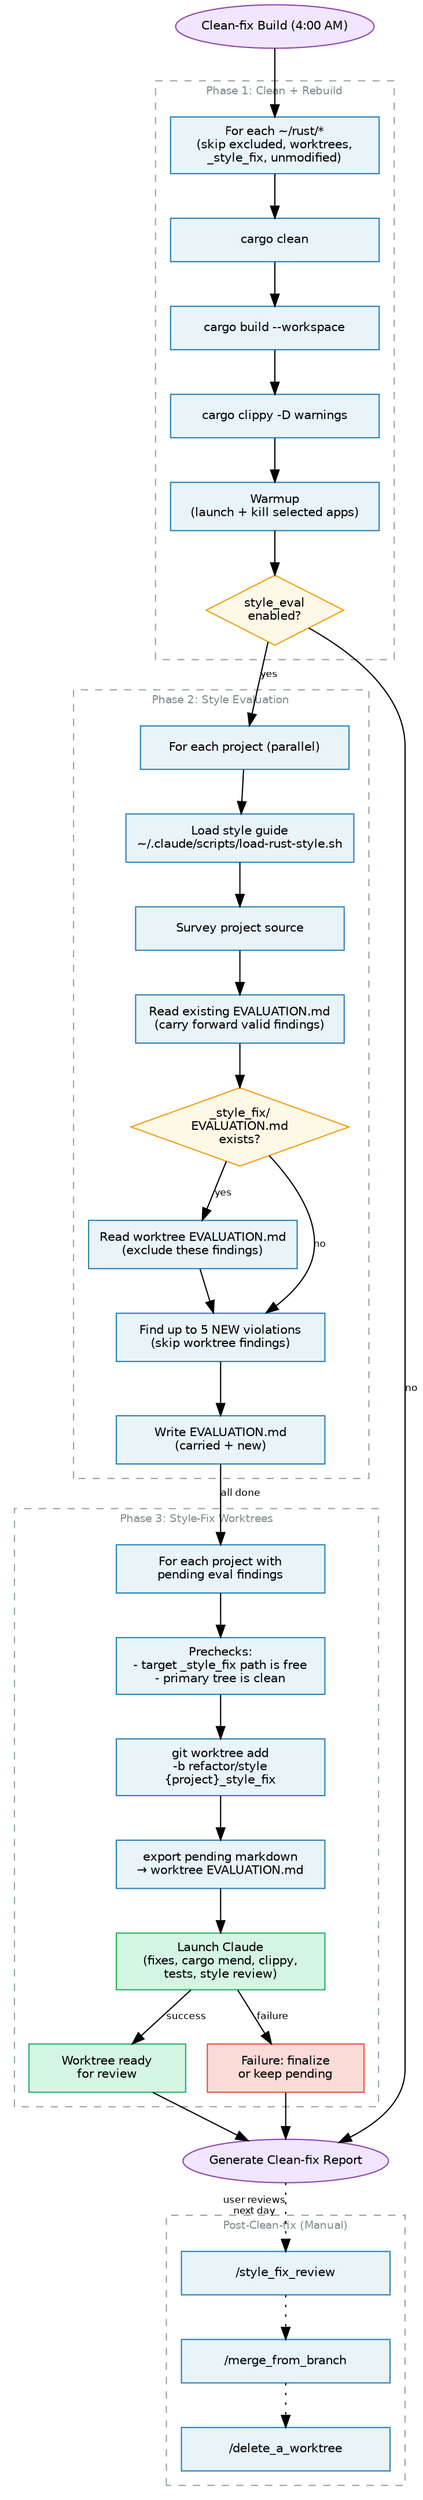
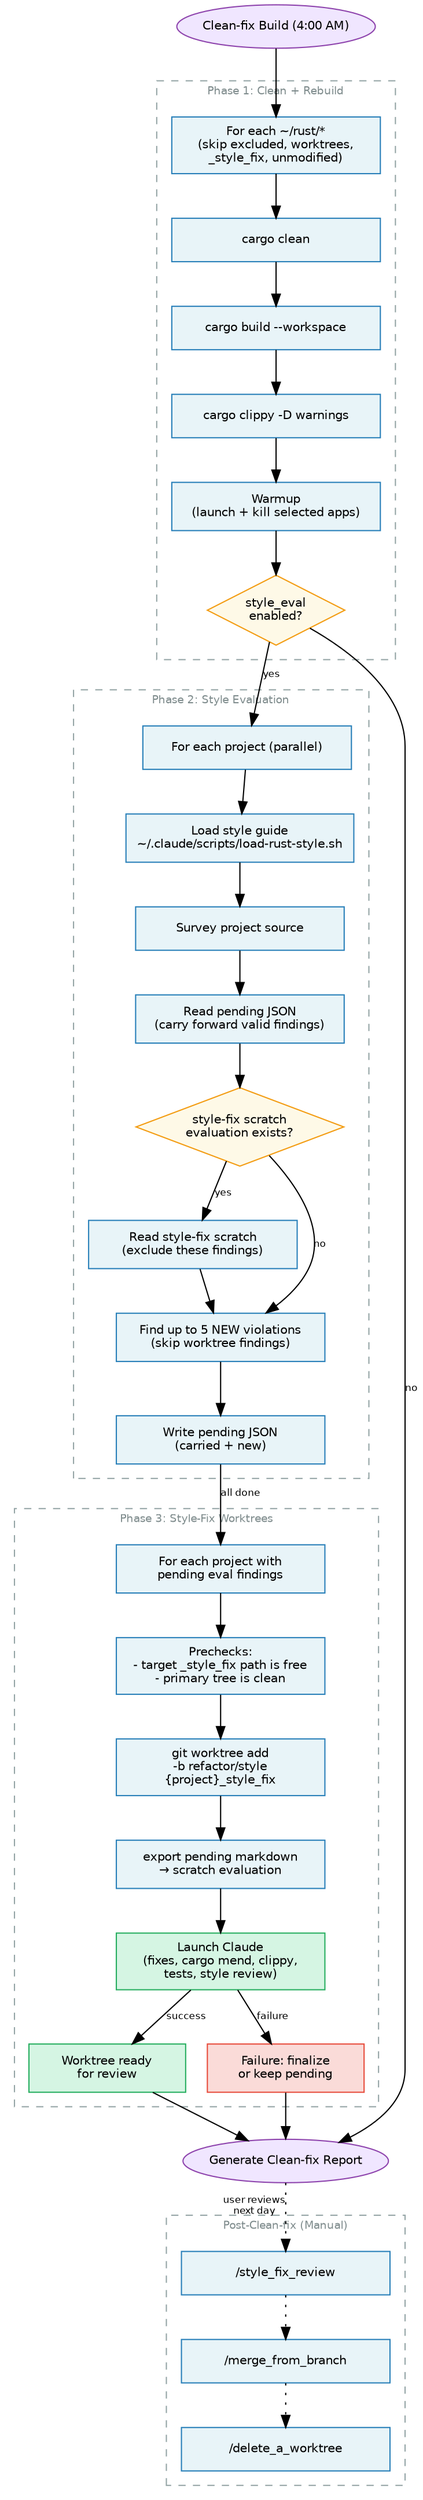
digraph clean_fix_style {
    // ┌─────────────────────────────────────────────────────────────────┐
    // │ LAYOUT GUIDE                                                    │
    // │                                                                 │
    // │ Render:  python3 render-flow.py                                 │
    // │          (runs neato -n2, then injects cluster borders + viewBox)│
    // │                                                                 │
    // │ Cluster membership is parsed from this file automatically —     │
    // │ just add/remove nodes inside the subgraph cluster_* blocks.     │
    // │ The render script reads cluster labels/colors from here too.    │
    // │                                                                 │
    // │ Positions use Graphviz points (1 inch = 72pt).                  │
    // │ Node width=2.4 → 172.8pt. Y spacing between rows: ~55-65pt.    │
    // │                                                                 │
    // │ Column layout (border-to-border gaps, not center gaps):         │
    // │   1. Find widest node per phase (width * 72)                    │
    // │   2. cluster_width = max_content_width + 2 * pad (pad ≈ 25pt)  │
    // │   3. Gap between clusters ≈ 30pt                                │
    // │   4. Phase centers = midpoint of each cluster x-range           │
    // │                                                                 │
    // │ To add a node: add it inside the right subgraph block with a    │
    // │   pos="<center_x>,<y>!" attribute, add edges, re-render.        │
    // │ To remove: delete the node + its edges, re-render.              │
    // │ To add a phase: add a new subgraph cluster_* block, compute     │
    // │   its x-range, shift subsequent phases right, re-render.        │
    // └─────────────────────────────────────────────────────────────────┘
    fontname="Helvetica"
    node [fontname="Helvetica" fontsize=10 style=filled shape=box margin="0.12,0.06" width=2.4 height=0.5]
    edge [fontname="Helvetica" fontsize=8]
    overlap=false
    splines=true

    node [fillcolor="#e8f4f8" color="#2980b9"]

    start [label="Clean-fix Build (4:00 AM)" shape=oval fillcolor="#f0e6ff" color="#8e44ad" width=2.2 pos="141.4,890!"]

    // Cluster-first layout in points:
    // Phase 1 range = [30.0, 252.8], center = 141.4
    // Phase 2 range = [282.8, 505.6], center = 394.2
    // Phase 3 range = [535.6, 864.8], center = 700.2
    // Inter-cluster gap = 30.0

    // ══════ Phase 1: Clean + Rebuild (x center = 141.4) ══════
    subgraph cluster_build {
        label="Phase 1: Clean + Rebuild"
        style=dashed color="#95a5a6" fontcolor="#7f8c8d" fontsize=9
        margin=12

        foreach_project [label="For each ~/rust/*\n(skip excluded, worktrees,\n_style_fix, unmodified)" height=0.65 pos="141.4,790!"]
        clean [label="cargo clean" pos="141.4,720!"]
        build [label="cargo build --workspace" pos="141.4,660!"]
        clippy_build [label="cargo clippy -D warnings" pos="141.4,600!"]
        warmup [label="Warmup\n(launch + kill selected apps)" height=0.55 pos="141.4,535!"]
        style_enabled [label="style_eval\nenabled?" shape=diamond fillcolor="#fef9e7" color="#f39c12" width=1.4 height=0.8 pos="141.4,455!"]
    }

    // ══════ Phase 2: Style Evaluation (x center = 394.2) ══════
    subgraph cluster_eval {
        label="Phase 2: Style Evaluation"
        style=dashed color="#95a5a6" fontcolor="#7f8c8d" fontsize=9
        margin=12

        eval_foreach [label="For each project (parallel)" pos="394.2,790!"]
        load_style [label="Load style guide\n~/.claude/scripts/load-rust-style.sh" height=0.55 pos="394.2,725!"]
        survey [label="Survey project source" pos="394.2,665!"]
-         carry_forward [label="Read existing EVALUATION.md\n(carry forward valid findings)" height=0.55 pos="394.2,600!"]
-         check_wt_eval [label="_style_fix/\nEVALUATION.md\nexists?" shape=diamond fillcolor="#fef9e7" color="#f39c12" width=1.5 height=0.9 pos="394.2,520!"]
-         load_wt_eval [label="Read worktree EVALUATION.md\n(exclude these findings)" height=0.55 pos="394.2,440!"]
+         carry_forward [label="Read pending JSON\n(carry forward valid findings)" height=0.55 pos="394.2,600!"]
+         check_wt_eval [label="style-fix scratch\nevaluation exists?" shape=diamond fillcolor="#fef9e7" color="#f39c12" width=1.5 height=0.9 pos="394.2,520!"]
+         load_wt_eval [label="Read style-fix scratch\n(exclude these findings)" height=0.55 pos="394.2,440!"]
        evaluate [label="Find up to 5 NEW violations\n(skip worktree findings)" height=0.55 pos="394.2,370!"]
-         write_eval [label="Write EVALUATION.md\n(carried + new)" height=0.55 pos="394.2,300!"]
+         write_eval [label="Write pending JSON\n(carried + new)" height=0.55 pos="394.2,300!"]
    }

    // ══════ Phase 3: Style-Fix Worktrees (x center = 700.2) ══════
    subgraph cluster_fix {
        label="Phase 3: Style-Fix Worktrees"
        style=dashed color="#95a5a6" fontcolor="#7f8c8d" fontsize=9
        margin=12

        fix_foreach [label="For each project with\npending eval findings" height=0.55 pos="700.2,790!"]
        prechecks [label="Prechecks:\n- target _style_fix path is free\n- primary tree is clean" height=0.65 pos="700.2,720!"]
        create_wt [label="git worktree add\n-b refactor/style\n{project}_style_fix" height=0.65 pos="700.2,645!"]
-         mv_eval [label="export pending markdown\n→ worktree EVALUATION.md" height=0.55 pos="700.2,575!"]
+         mv_eval [label="export pending markdown\n→ scratch evaluation" height=0.55 pos="700.2,575!"]
        claude_fix [label="Launch Claude\n(fixes, cargo mend, clippy,\ntests, style review)" fillcolor="#d5f5e3" color="#27ae60" height=0.65 pos="700.2,500!"]
        fix_ok [label="Worktree ready\nfor review" fillcolor="#d5f5e3" color="#27ae60" height=0.55 width=1.8 pos="625.4,425!"]
        fix_fail [label="Failure: finalize\nor keep pending" fillcolor="#fadbd8" color="#e74c3c" height=0.55 width=1.8 pos="775.0,425!"]
    }

    report [label="Generate Clean-fix Report" shape=oval fillcolor="#f0e6ff" color="#8e44ad" width=2.2 pos="447.4,195!"]

    // ══════ Phase 4: Post-Clean-fix Manual ══════
    subgraph cluster_manual {
        label="Post-Clean-fix (Manual)"
        style=dashed color="#95a5a6" fontcolor="#7f8c8d" fontsize=9
        margin=12

        review [label="/style_fix_review" pos="447.4,100!"]
        merge [label="/merge_from_branch" pos="447.4,40!"]
        delete_wt [label="/delete_a_worktree" pos="447.4,-20!"]
    }

    // ── Edges ──

    // Start → Phase 1
    start -> foreach_project

    // Phase 1 internal
    foreach_project -> clean -> build -> clippy_build -> warmup -> style_enabled

    // Phase 1 → Phase 2
    style_enabled -> eval_foreach [label="yes"]

    // Phase 1 → Report (skip)
    style_enabled -> report [label="no"]

    // Phase 2 internal
    eval_foreach -> load_style -> survey -> carry_forward -> check_wt_eval
    check_wt_eval -> load_wt_eval [label="yes"]
    check_wt_eval -> evaluate [label="no"]
    load_wt_eval -> evaluate
    evaluate -> write_eval

    // Phase 2 → Phase 3
    write_eval -> fix_foreach [label="all done"]

    // Phase 3 internal
    fix_foreach -> prechecks -> create_wt -> mv_eval -> claude_fix
    claude_fix -> fix_ok [label="success"]
    claude_fix -> fix_fail [label="failure"]

    // Phase 3 → Report
    fix_ok -> report
    fix_fail -> report

    // Report → Manual
    report -> review [style=dotted xlabel="user reviews\nnext day"]
    review -> merge [style=dotted]
    merge -> delete_wt [style=dotted]
}
